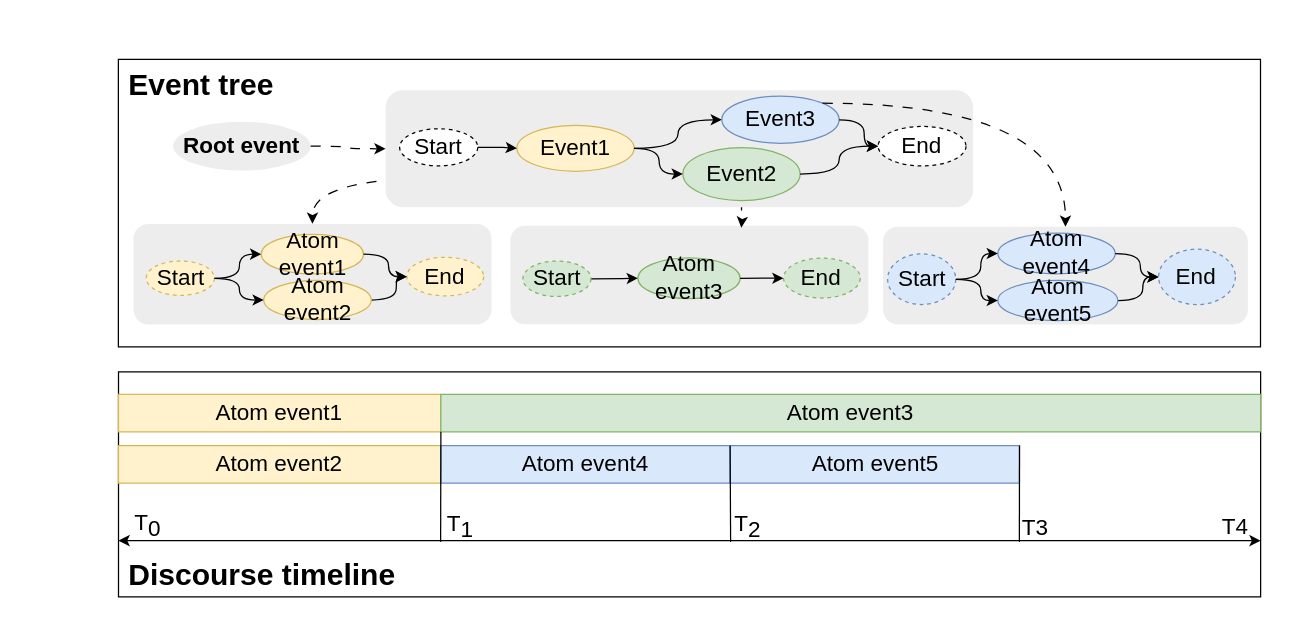
Before: timeinfer.drawio in QingrenJia/DrawIO, a draw.io diagram. Source tidied: cells renumbered, new cells numbered last; positions are measured from the earlier drawing's top-left corner, leaving out a move shared by most shapes. Both pictures are drawn from the tidied source at 125%, with x=0, y=0 at pixel (110, 21).
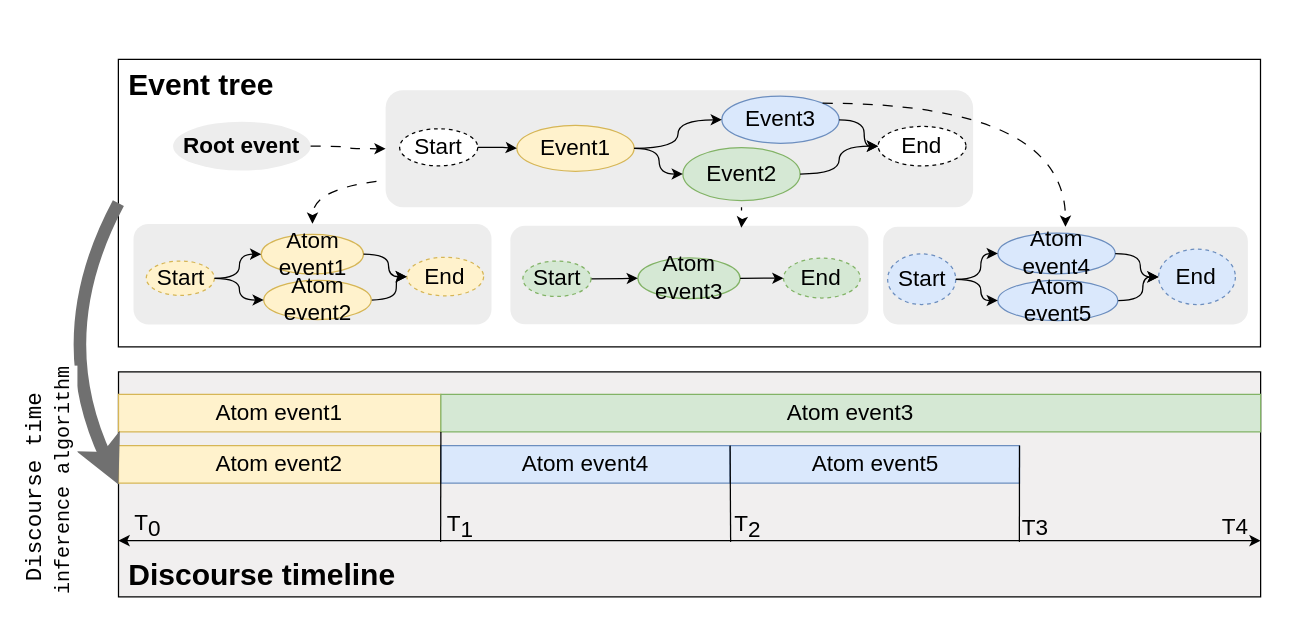
After the change.

Unchanged cells that the change refers to:
```xml
<mxCell id="2" value="&lt;div style=&quot;&quot;&gt;&lt;b style=&quot;background-color: initial;&quot;&gt;&lt;font style=&quot;font-size: 24px;&quot;&gt;&amp;nbsp;Event tree&lt;/font&gt;&lt;/b&gt;&lt;/div&gt;&lt;font style=&quot;&quot;&gt;&lt;div style=&quot;&quot;&gt;&lt;span style=&quot;font-size: 24px;&quot;&gt;&lt;b&gt;&lt;br&gt;&lt;/b&gt;&lt;/span&gt;&lt;/div&gt;&lt;div style=&quot;&quot;&gt;&lt;br&gt;&lt;/div&gt;&lt;div style=&quot;&quot;&gt;&lt;br&gt;&lt;/div&gt;&lt;div style=&quot;&quot;&gt;&lt;br&gt;&lt;/div&gt;&lt;div style=&quot;&quot;&gt;&lt;br&gt;&lt;/div&gt;&lt;div style=&quot;&quot;&gt;&lt;br&gt;&lt;/div&gt;&lt;div style=&quot;&quot;&gt;&lt;br&gt;&lt;/div&gt;&lt;div style=&quot;&quot;&gt;&lt;br&gt;&lt;/div&gt;&lt;font style=&quot;&quot;&gt;&lt;br&gt;&lt;br&gt;&lt;br&gt;&lt;br&gt;&lt;br&gt;&lt;br&gt;&lt;div style=&quot;&quot;&gt;&lt;br&gt;&lt;/div&gt;&lt;/font&gt;&lt;/font&gt;" style="rounded=0;whiteSpace=wrap;html=1;align=left;verticalAlign=top;" parent="1" vertex="1">
  <mxGeometry x="6.2" y="30" width="913.7" height="230" as="geometry" />
</mxCell>
```

Diff of the diagram source:
```diff
@@
-    <mxCell id="3" value="&lt;b&gt;&lt;font style=&quot;font-size: 24px;&quot;&gt;&lt;br&gt;&lt;br&gt;&lt;br&gt;&lt;br&gt;&amp;nbsp;Discourse timeline&lt;/font&gt;&lt;/b&gt;" style="rounded=0;whiteSpace=wrap;html=1;align=left;verticalAlign=bottom;" parent="1" vertex="1">
+    <mxCell id="3" value="&lt;b&gt;&lt;font style=&quot;font-size: 24px;&quot;&gt;&lt;br&gt;&lt;br&gt;&lt;br&gt;&lt;br&gt;&amp;nbsp;Discourse timeline&lt;/font&gt;&lt;/b&gt;" style="rounded=0;whiteSpace=wrap;html=1;align=left;verticalAlign=bottom;fillColor=#f1efef;" parent="1" vertex="1">
       <mxGeometry x="6.3" y="280" width="913.7" height="180" as="geometry" />
     </mxCell>
@@
+    <mxCell id="63" style="curved=1;endArrow=classic;html=1;rounded=0;exitX=0;exitY=0.5;exitDx=0;exitDy=0;entryX=0;entryY=0.5;entryDx=0;entryDy=0;strokeWidth=10;strokeColor=#707070;" parent="1" edge="1" source="2" target="3">
+      <mxGeometry relative="1" as="geometry">
+        <Array as="points">
+          <mxPoint x="-50" y="250" />
+        </Array>
+      </mxGeometry>
+    </mxCell>
+    <mxCell id="64" value="&lt;div style=&quot;font-family: Consolas, &amp;quot;Courier New&amp;quot;, monospace; line-height: 22px;&quot;&gt;&lt;font style=&quot;font-size: 18px;&quot;&gt;Discourse time&amp;nbsp;&lt;/font&gt;&lt;/div&gt;&lt;div style=&quot;font-family: Consolas, &amp;quot;Courier New&amp;quot;, monospace; line-height: 22px;&quot;&gt;&lt;font size=&quot;3&quot; style=&quot;&quot;&gt;inference algorithm&lt;/font&gt;&lt;/div&gt;" style="edgeLabel;html=1;align=center;verticalAlign=middle;fontColor=default;labelBackgroundColor=default;rotation=-90;fontSize=16;" parent="63" vertex="1">
+      <mxGeometry x="-0.25" y="39" relative="1" as="geometry">
+        <mxPoint x="-46" y="122" as="offset" />
+      </mxGeometry>
+    </mxCell>
```
